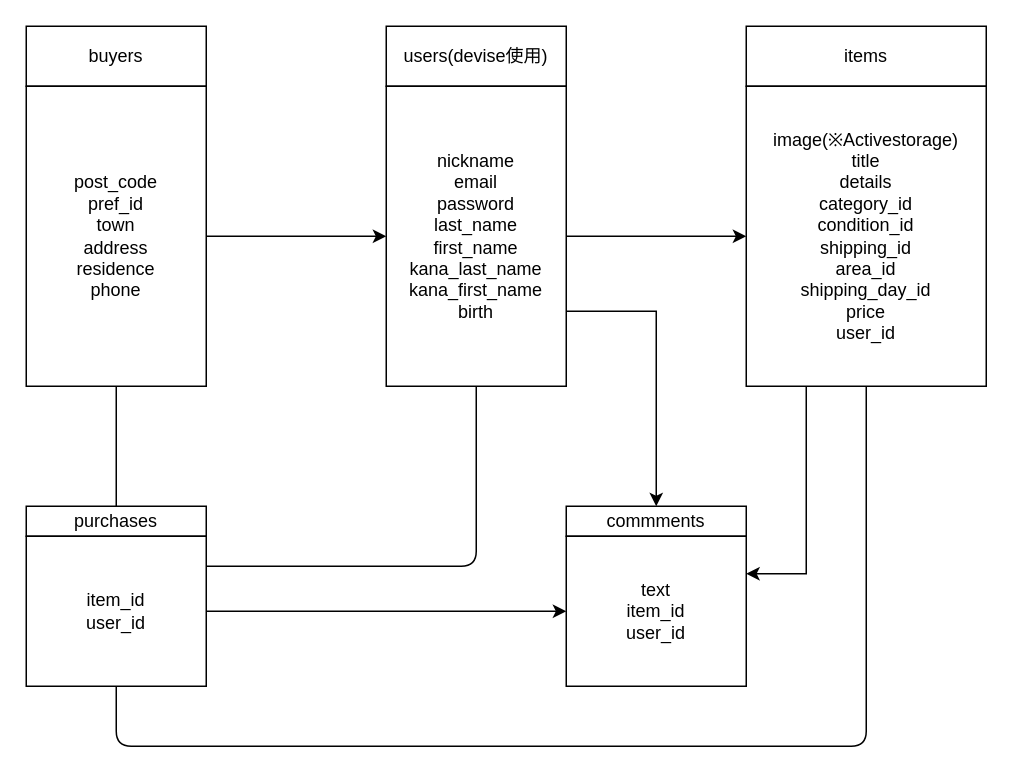
Before: ERfigure.dio in 1chi1en/furima-30583, a draw.io diagram. Source tidied: cells renumbered, new cells numbered last; positions are measured from the earlier drawing's top-left corner, leaving out a move shared by most shapes. Both pictures are drawn from the tidied source at 150%, with x=0, y=0 at pixel (26, 26).
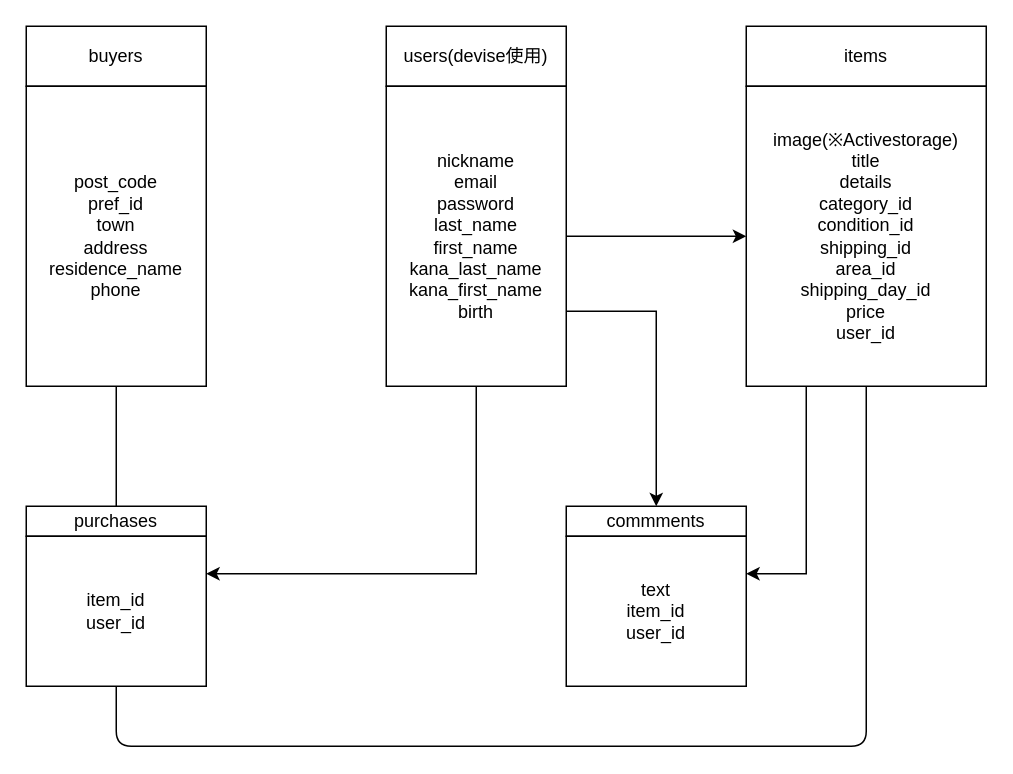
After the change.

Commit message (it also covers changes not shown here):
README記述（修正５回目）

The change refers to these unchanged cells:
```xml
<mxCell id="6" value="nickname&lt;br&gt;email&lt;br&gt;password&lt;br&gt;last_name&lt;br&gt;first_name&lt;br&gt;kana_last_name&lt;br&gt;kana_first_name&lt;br&gt;birth" style="text;html=1;strokeColor=none;fillColor=none;align=center;verticalAlign=middle;whiteSpace=wrap;rounded=0;" parent="2" vertex="1">
  <mxGeometry y="40" width="120" height="200" as="geometry" />
</mxCell>
<mxCell id="12" style="group;" parent="1" vertex="1">
  <mxGeometry width="120" height="240" as="geometry" />
</mxCell>
<mxCell id="19" value="text&lt;br&gt;item_id&lt;br&gt;user_id" style="text;html=1;strokeColor=none;fillColor=none;align=center;verticalAlign=middle;whiteSpace=wrap;rounded=0;" parent="16" vertex="1">
  <mxGeometry y="20" width="120" height="100" as="geometry" />
</mxCell>
<mxCell id="25" value="item_id&lt;br&gt;user_id" style="text;html=1;strokeColor=none;fillColor=none;align=center;verticalAlign=middle;whiteSpace=wrap;rounded=0;" parent="21" vertex="1">
  <mxGeometry y="20" width="120" height="100" as="geometry" />
</mxCell>
```

Diff of the diagram source:
```diff
@@
-    <mxCell id="15" value="post_code&lt;br&gt;pref_id&lt;br&gt;town&lt;br&gt;address&lt;br&gt;residence&lt;br&gt;phone" style="text;html=1;strokeColor=none;fillColor=none;align=center;verticalAlign=middle;whiteSpace=wrap;rounded=0;" parent="12" vertex="1">
+    <mxCell id="15" value="post_code&lt;br&gt;pref_id&lt;br&gt;town&lt;br&gt;address&lt;br&gt;residence_name&lt;br&gt;phone" style="text;html=1;strokeColor=none;fillColor=none;align=center;verticalAlign=middle;whiteSpace=wrap;rounded=0;" parent="12" vertex="1">
       <mxGeometry y="40" width="120" height="200" as="geometry" />
     </mxCell>
@@
-    <mxCell id="27" style="edgeStyle=orthogonalEdgeStyle;rounded=0;jettySize=auto;html=1;exitX=1;exitY=0.5;exitDx=0;exitDy=0;entryX=0;entryY=0.5;entryDx=0;entryDy=0;" parent="1" edge="1" source="15" target="6">
-      <mxGeometry relative="1" as="geometry" />
-    </mxCell>
@@
-    <mxCell id="30" style="edgeStyle=orthogonalEdgeStyle;rounded=0;jettySize=auto;html=1;exitX=1;exitY=0.5;exitDx=0;exitDy=0;entryX=0;entryY=0.5;entryDx=0;entryDy=0;" parent="1" edge="1" source="25" target="19">
-      <mxGeometry relative="1" as="geometry" />
-    </mxCell>
@@
-    <mxCell id="32" style="endArrow=none;html=1;entryX=0.5;entryY=1;entryDx=0;entryDy=0;" parent="1" edge="1" target="6">
-      <mxGeometry relative="1" as="geometry">
-        <mxPoint x="120" y="360" as="sourcePoint" />
-        <Array as="points">
-          <mxPoint x="300" y="360" />
-        </Array>
-      </mxGeometry>
-    </mxCell>
+    <mxCell id="33" style="edgeStyle=orthogonalEdgeStyle;rounded=0;jettySize=auto;html=1;exitX=0.5;exitY=1;exitDx=0;exitDy=0;entryX=1;entryY=0.25;entryDx=0;entryDy=0;" parent="1" edge="1" source="6" target="25">
+      <mxGeometry relative="1" as="geometry" />
+    </mxCell>
```
